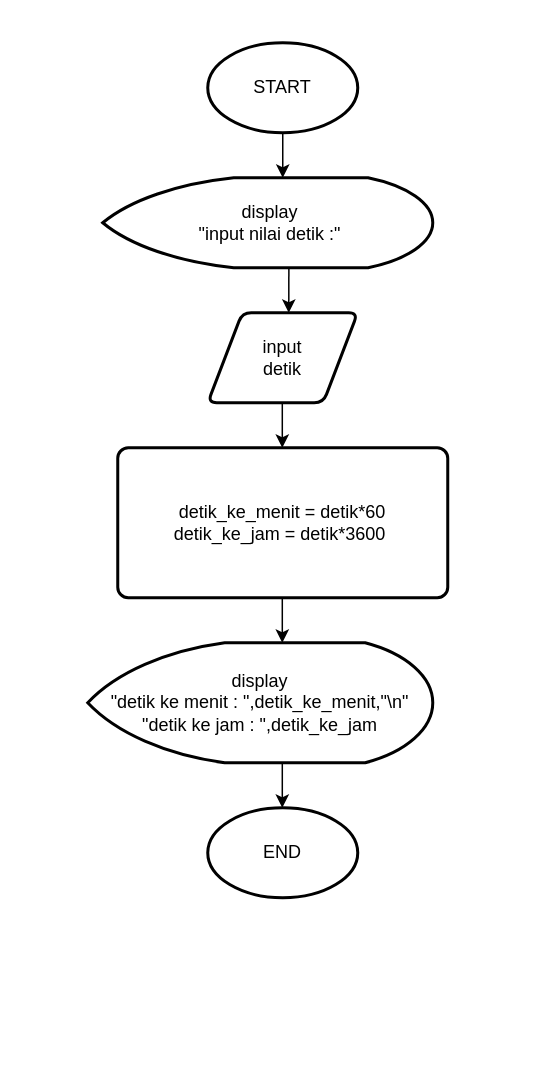
Earlier version of the draw.io diagram konversi waktu.drawio (ROSYIDAN/flow-chart). Source tidied: cells renumbered, new cells numbered last; positions are measured from the earlier drawing's top-left corner, leaving out a move shared by most shapes. Both pictures are drawn from the tidied source at 150%, with x=0, y=0 at pixel (87, 42).
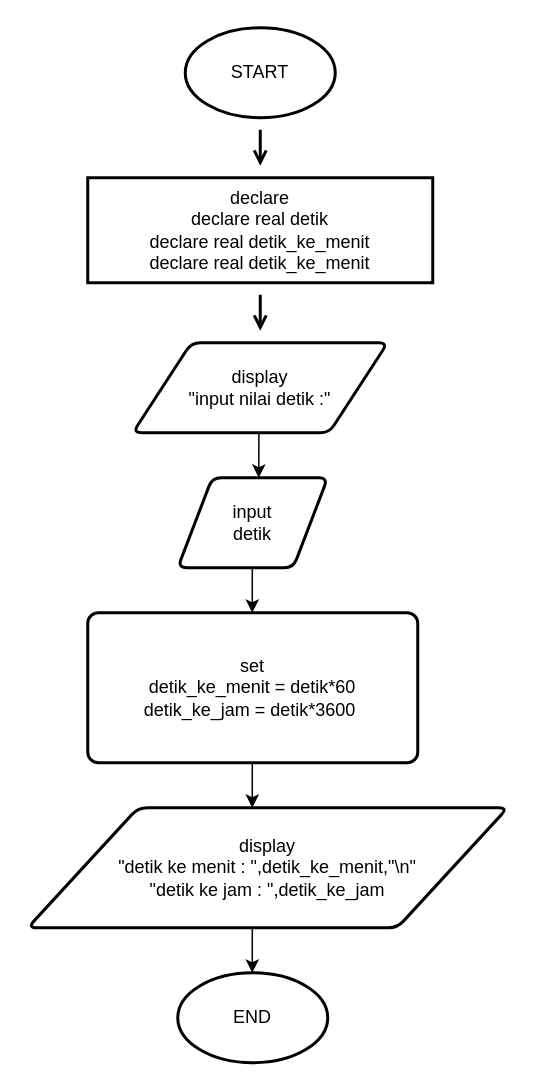
After the change.

Diff of the diagram source:
```diff
@@
 <mxGraphModel>
   <root>
     <mxCell id="0" />
     <mxCell id="1" parent="0" />
+    <mxCell id="13" style="edgeStyle=none;curved=1;rounded=0;jettySize=auto;html=1;endArrow=open;sourcePerimeterSpacing=8;targetPerimeterSpacing=8;strokeWidth=2;" parent="1" edge="1" source="2" target="15">
+      <mxGeometry relative="1" as="geometry" />
+    </mxCell>
     <mxCell id="2" value="START" style="strokeWidth=2;html=1;shape=mxgraph.flowchart.start_1;whiteSpace=wrap;" parent="1" vertex="1">
-      <mxGeometry x="80" width="100" height="60" as="geometry" />
+      <mxGeometry x="65" y="-10" width="100" height="60" as="geometry" />
     </mxCell>
-    <mxCell id="3" style="endArrow=classic;html=1;" parent="1" edge="1">
-      <mxGeometry relative="1" as="geometry">
-        <mxPoint x="130" y="60" as="sourcePoint" />
-        <mxPoint x="130" y="90" as="targetPoint" />
-      </mxGeometry>
-    </mxCell>
-    <mxCell id="4" value="&lt;span style=&quot;white-space: pre&quot;&gt; &lt;/span&gt;display&lt;br&gt;&lt;span style=&quot;white-space: pre&quot;&gt; &lt;/span&gt;&quot;input nilai detik :&quot;" style="strokeWidth=2;html=1;shape=mxgraph.flowchart.display;whiteSpace=wrap;" parent="1" vertex="1">
-      <mxGeometry x="10" y="90" width="220" height="60" as="geometry" />
-    </mxCell>
-    <mxCell id="5" style="endArrow=classic;html=1;exitX=0.564;exitY=1;exitDx=0;exitDy=0;exitPerimeter=0;" parent="1" edge="1" source="4">
+    <mxCell id="5" style="endArrow=classic;html=1;exitX=0.564;exitY=1;exitDx=0;exitDy=0;exitPerimeter=0;" parent="1" edge="1">
       <mxGeometry relative="1" as="geometry">
-        <mxPoint x="134" y="180" as="targetPoint" />
+        <mxPoint x="114.1" y="260" as="sourcePoint" />
+        <mxPoint x="114" y="290" as="targetPoint" />
       </mxGeometry>
     </mxCell>
     <mxCell id="6" value="input&lt;br&gt;detik" style="shape=parallelogram;html=1;strokeWidth=2;perimeter=parallelogramPerimeter;whiteSpace=wrap;rounded=1;arcSize=12;size=0.23;" parent="1" vertex="1">
-      <mxGeometry x="80" y="180" width="100" height="60" as="geometry" />
+      <mxGeometry x="60" y="290" width="100" height="60" as="geometry" />
     </mxCell>
     <mxCell id="7" style="endArrow=classic;html=1;" parent="1" edge="1">
       <mxGeometry relative="1" as="geometry">
-        <mxPoint x="129.7" y="240" as="sourcePoint" />
-        <mxPoint x="129.7" y="270" as="targetPoint" />
+        <mxPoint x="109.7" y="350" as="sourcePoint" />
+        <mxPoint x="109.7" y="380" as="targetPoint" />
       </mxGeometry>
     </mxCell>
-    <mxCell id="8" value="detik_ke_menit = detik*60&lt;br&gt;detik_ke_jam = detik*3600&amp;nbsp;" style="rounded=1;whiteSpace=wrap;html=1;absoluteArcSize=1;arcSize=14;strokeWidth=2;" parent="1" vertex="1">
-      <mxGeometry x="20" y="270" width="220" height="100" as="geometry" />
+    <mxCell id="8" value="set&lt;br&gt;detik_ke_menit = detik*60&lt;br&gt;detik_ke_jam = detik*3600&amp;nbsp;" style="rounded=1;whiteSpace=wrap;html=1;absoluteArcSize=1;arcSize=14;strokeWidth=2;" parent="1" vertex="1">
+      <mxGeometry y="380" width="220" height="100" as="geometry" />
     </mxCell>
     <mxCell id="9" style="endArrow=classic;html=1;" parent="1" edge="1">
       <mxGeometry relative="1" as="geometry">
-        <mxPoint x="129.7" y="370" as="sourcePoint" />
-        <mxPoint x="129.7" y="400" as="targetPoint" />
+        <mxPoint x="109.7" y="480" as="sourcePoint" />
+        <mxPoint x="109.7" y="510" as="targetPoint" />
       </mxGeometry>
     </mxCell>
-    <mxCell id="10" value="display&lt;br&gt;&quot;detik ke menit : &quot;,detik_ke_menit,&quot;\n&quot;&lt;br&gt;&quot;detik ke jam : &quot;,detik_ke_jam" style="strokeWidth=2;html=1;shape=mxgraph.flowchart.display;whiteSpace=wrap;" parent="1" vertex="1">
-      <mxGeometry y="400" width="230" height="80" as="geometry" />
-    </mxCell>
     <mxCell id="11" style="endArrow=classic;html=1;" parent="1" edge="1">
       <mxGeometry relative="1" as="geometry">
-        <mxPoint x="129.7" y="480" as="sourcePoint" />
-        <mxPoint x="129.7" y="510" as="targetPoint" />
+        <mxPoint x="109.7" y="590" as="sourcePoint" />
+        <mxPoint x="109.7" y="620" as="targetPoint" />
       </mxGeometry>
     </mxCell>
     <mxCell id="12" value="END" style="strokeWidth=2;html=1;shape=mxgraph.flowchart.start_1;whiteSpace=wrap;" parent="1" vertex="1">
-      <mxGeometry x="80" y="510" width="100" height="60" as="geometry" />
+      <mxGeometry x="60" y="620" width="100" height="60" as="geometry" />
     </mxCell>
+    <mxCell id="4" value="&lt;span&gt; &lt;/span&gt;&lt;span&gt;display&lt;/span&gt;&lt;br&gt;&lt;span&gt; &lt;/span&gt;&lt;span&gt;&quot;input nilai detik :&quot;&lt;/span&gt;" style="shape=parallelogram;html=1;strokeWidth=2;perimeter=parallelogramPerimeter;whiteSpace=wrap;rounded=1;arcSize=12;size=0.23;hachureGap=4;gradientColor=none;" parent="1" vertex="1">
+      <mxGeometry x="30" y="200" width="170" height="60" as="geometry" />
+    </mxCell>
+    <mxCell id="14" style="edgeStyle=none;curved=1;rounded=0;jettySize=auto;html=1;endArrow=open;sourcePerimeterSpacing=8;targetPerimeterSpacing=8;strokeWidth=2;" parent="1" edge="1" source="15" target="4">
+      <mxGeometry relative="1" as="geometry" />
+    </mxCell>
+    <mxCell id="15" value="declare&lt;br&gt;declare real detik&lt;br&gt;declare real detik_ke_menit&lt;br&gt;declare real detik_ke_menit" style="whiteSpace=wrap;html=1;strokeWidth=2;" parent="1" vertex="1">
+      <mxGeometry y="90" width="230" height="70" as="geometry" />
+    </mxCell>
+    <mxCell id="10" value="&lt;span&gt;display&lt;/span&gt;&lt;br&gt;&lt;span&gt;&quot;detik ke menit : &quot;,detik_ke_menit,&quot;\n&quot;&lt;/span&gt;&lt;br&gt;&lt;span&gt;&quot;detik ke jam : &quot;,detik_ke_jam&lt;/span&gt;" style="shape=parallelogram;html=1;strokeWidth=2;perimeter=parallelogramPerimeter;whiteSpace=wrap;rounded=1;arcSize=12;size=0.23;hachureGap=4;gradientColor=none;" parent="1" vertex="1">
+      <mxGeometry x="-40" y="510" width="320" height="80" as="geometry" />
+    </mxCell>
   </root>
 </mxGraphModel>
```
